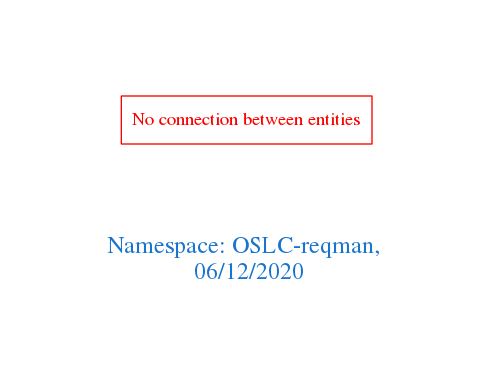
Earlier version of the Graphviz export downloads/OSLC-reqman.png (arago/OGIT). Its source is kept beside it as downloads/OSLC-reqman.dot.
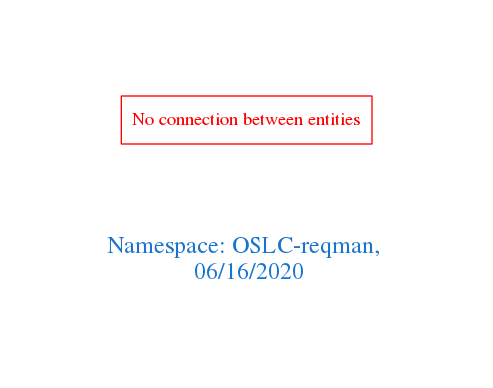
After the commit.

What changed in the source:
```diff
@@ -1,7 +1,7 @@
 digraph OGIT_ontology {
  graph [ rankdir= LR,pad=1
 fontsize = 18,
-fontcolor= dodgerblue3,label = "\n\n\nNamespace: OSLC-reqman, \n 06/12/2020"];
+fontcolor= dodgerblue3,label = "\n\n\nNamespace: OSLC-reqman, \n 06/16/2020"];
 node[shape=polygon];
 edge [  color="gray81"];
 
```
